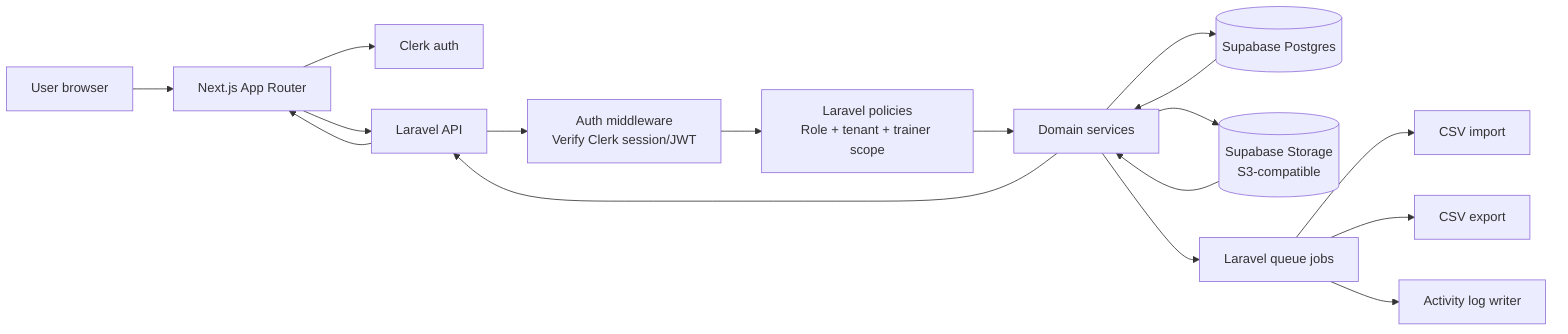
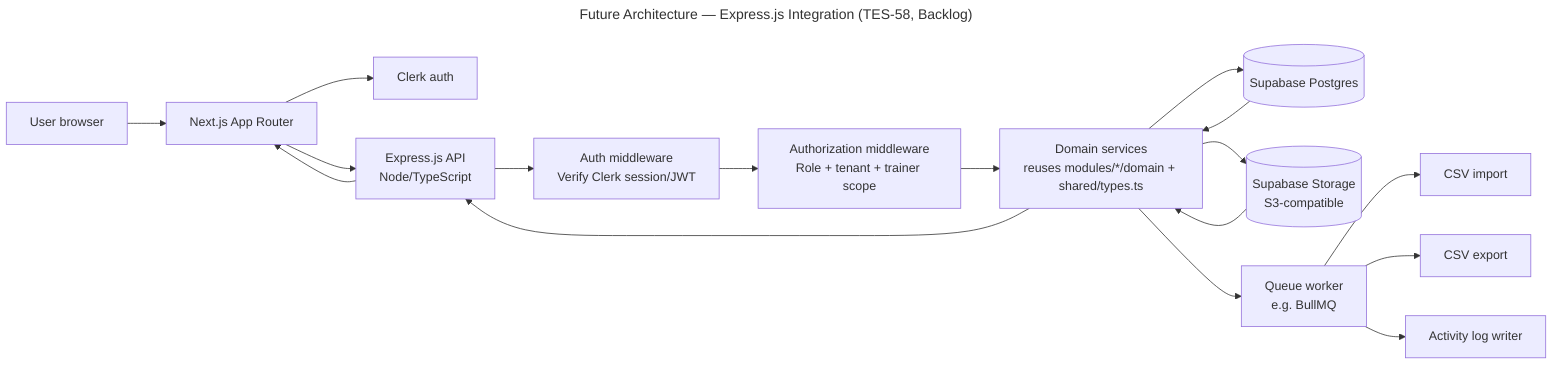
+ ---
+ title: Future Architecture — Express.js Integration (TES-58, Backlog)
+ ---
+ %% Not current state — see "System Architecture LR.mmd" for what runs today.
+ %% Future backend recommendation changed from Laravel to Express.js (Node/TS),
+ %% 2026-07-06 — see docs/TRD.md §1.3.
flowchart LR
  User[User browser] --> Next[Next.js App Router]
  Next --> Clerk[Clerk auth]
-   Next --> API[Laravel API]
+   Next --> API[Express.js API<br/>Node/TypeScript]

  API --> Auth[Auth middleware<br/>Verify Clerk session/JWT]
-   Auth --> Policy[Laravel policies<br/>Role + tenant + trainer scope]
+   Auth --> Policy[Authorization middleware<br/>Role + tenant + trainer scope]

-   Policy --> Services[Domain services]
+   Policy --> Services[Domain services<br/>reuses modules/*/domain + shared/types.ts]
  Services --> DB[(Supabase Postgres)]
  Services --> Storage[(Supabase Storage<br/>S3-compatible)]
-   Services --> Queue[Laravel queue jobs]
+   Services --> Queue[Queue worker<br/>e.g. BullMQ]

  Queue --> Import[CSV import]
  Queue --> Export[CSV export]
  Queue --> Activity[Activity log writer]

  DB --> Services
  Storage --> Services
  Services --> API
-   API --> Next+   API --> Next
